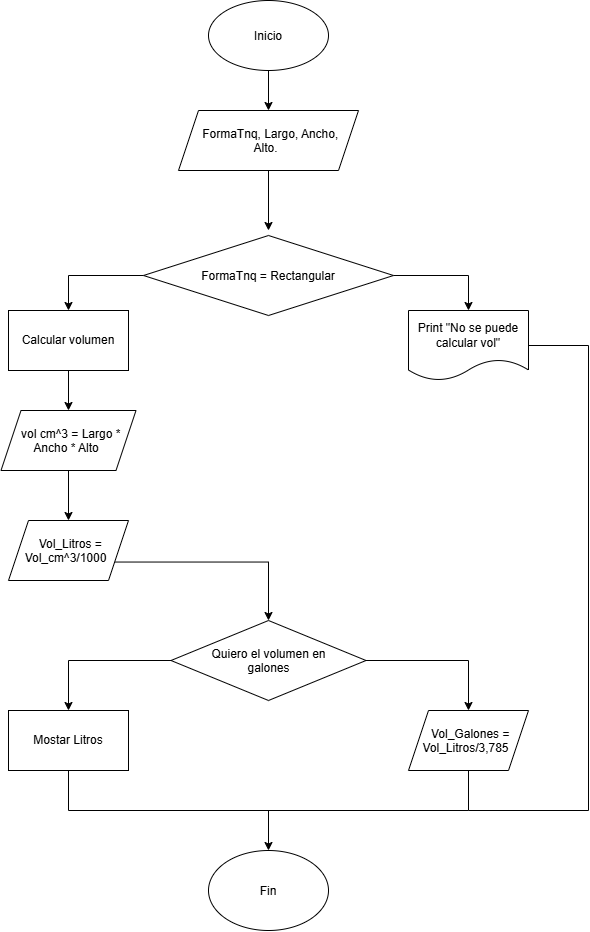
Gavsxgh/Unidad_2_Algoritmos keeps this draw.io diagram as Imagenes/Diagrama3.png. Above is the earlier version. Source tidied: cells renumbered, new cells last; positions are measured from the earlier drawing's top-left corner, leaving out a move shared by most shapes.
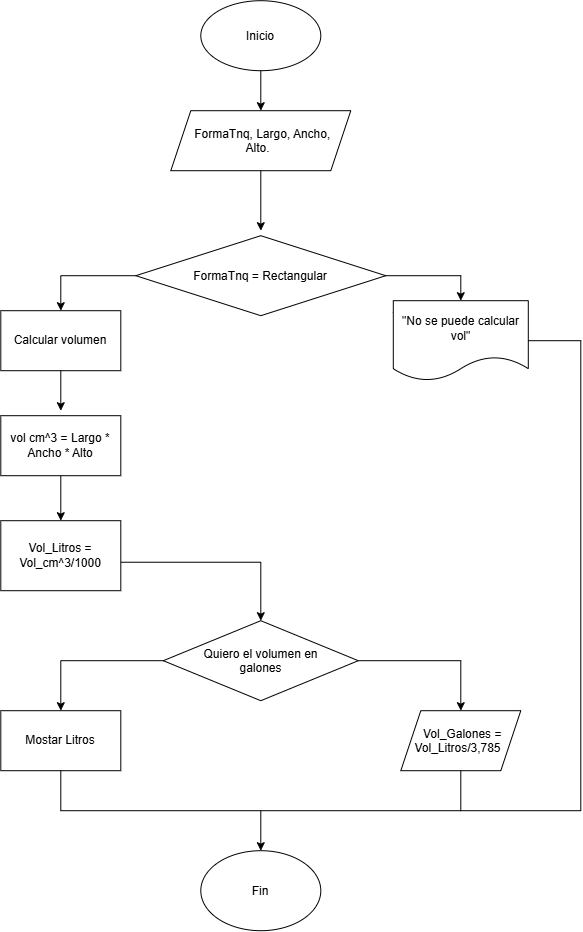
Above is the later version.

What changed in the source:
```diff
@@ -16,8 +16,8 @@
         <mxPoint x="268" y="230" as="targetPoint" />
       </mxGeometry>
     </mxCell>
-    <mxCell id="6" value="Print &quot;No se puede calcular vol&quot;" style="shape=document;whiteSpace=wrap;html=1;boundedLbl=1;" parent="1" vertex="1">
-      <mxGeometry x="408" y="310" width="120" height="70" as="geometry" />
+    <mxCell id="6" value="&quot;No se puede calcular vol&quot;" style="shape=document;whiteSpace=wrap;html=1;boundedLbl=1;" parent="1" vertex="1">
+      <mxGeometry x="400.5" y="300" width="135" height="80" as="geometry" />
     </mxCell>
     <mxCell id="7" value="Calcular volumen" style="rounded=0;whiteSpace=wrap;html=1;" parent="1" vertex="1">
       <mxGeometry x="8" y="310" width="120" height="60" as="geometry" />
@@ -39,20 +39,20 @@
         </Array>
       </mxGeometry>
     </mxCell>
-    <mxCell id="11" style="endArrow=classic;html=1;rounded=0;exitX=0.5;exitY=1;exitDx=0;exitDy=0;" parent="1" edge="1" source="7" target="12">
-      <mxGeometry relative="1" as="geometry" />
+    <mxCell id="11" style="endArrow=classic;html=1;rounded=0;exitX=0.5;exitY=1;exitDx=0;exitDy=0;" parent="1" edge="1" source="7">
+      <mxGeometry relative="1" as="geometry">
+        <mxPoint x="68" y="410" as="targetPoint" />
+      </mxGeometry>
     </mxCell>
-    <mxCell id="12" value="vol cm^3 = Largo * Ancho * Alto" style="shape=parallelogram;perimeter=parallelogramPerimeter;whiteSpace=wrap;html=1;shapeInside=1;fixedSize=1;" parent="1" vertex="1">
-      <mxGeometry x="0.5" y="410" width="135" height="60" as="geometry" />
-    </mxCell>
     <mxCell id="13" value="Fin&lt;div&gt;&lt;br/&gt;&lt;/div&gt;" style="ellipse;whiteSpace=wrap;html=1;shapeInside=1;" parent="1" vertex="1">
       <mxGeometry x="208" y="850" width="120" height="80" as="geometry" />
     </mxCell>
     <mxCell id="14" value="Quiero el volumen en galones" style="rhombus;whiteSpace=wrap;html=1;shapeInside=1;" parent="1" vertex="1">
       <mxGeometry x="170.5" y="620" width="195" height="80" as="geometry" />
     </mxCell>
-    <mxCell id="15" style="endArrow=classic;html=1;rounded=0;entryX=0.5;entryY=0;entryDx=0;entryDy=0;exitX=1;exitY=0.75;exitDx=0;exitDy=0;" parent="1" edge="1" source="18" target="14">
+    <mxCell id="15" style="endArrow=classic;html=1;rounded=0;entryX=0.5;entryY=0;entryDx=0;entryDy=0;exitX=1;exitY=0.75;exitDx=0;exitDy=0;" parent="1" edge="1" target="14">
       <mxGeometry relative="1" as="geometry">
+        <mxPoint x="114.2" y="561.5" as="sourcePoint" />
         <Array as="points">
           <mxPoint x="268" y="561.5" />
         </Array>
@@ -68,11 +68,11 @@
     <mxCell id="17" value="Mostar Litros" style="rounded=0;whiteSpace=wrap;html=1;" parent="1" vertex="1">
       <mxGeometry x="8" y="710" width="120" height="60" as="geometry" />
     </mxCell>
-    <mxCell id="18" value="Vol_Litros = Vol_cm^3/1000" style="shape=parallelogram;perimeter=parallelogramPerimeter;whiteSpace=wrap;html=1;shapeInside=1;fixedSize=1;" parent="1" vertex="1">
-      <mxGeometry x="8" y="520" width="120" height="60" as="geometry" />
-    </mxCell>
-    <mxCell id="19" style="endArrow=classic;html=1;rounded=0;exitX=0.5;exitY=1;exitDx=0;exitDy=0;" parent="1" edge="1" source="12" target="18">
-      <mxGeometry relative="1" as="geometry" />
+    <mxCell id="19" style="endArrow=classic;html=1;rounded=0;exitX=0.5;exitY=1;exitDx=0;exitDy=0;" parent="1" edge="1">
+      <mxGeometry relative="1" as="geometry">
+        <mxPoint x="68" y="470" as="sourcePoint" />
+        <mxPoint x="68" y="520" as="targetPoint" />
+      </mxGeometry>
     </mxCell>
     <mxCell id="20" style="endArrow=classic;html=1;rounded=0;exitX=1;exitY=0.5;exitDx=0;exitDy=0;" parent="1" edge="1" source="14">
       <mxGeometry relative="1" as="geometry">
@@ -89,7 +89,7 @@
       <mxGeometry relative="1" as="geometry">
         <mxPoint x="468" y="810" as="targetPoint" />
         <Array as="points">
-          <mxPoint x="588" y="345" />
+          <mxPoint x="588" y="340" />
           <mxPoint x="588" y="810" />
         </Array>
       </mxGeometry>
@@ -107,5 +107,11 @@
         </Array>
       </mxGeometry>
     </mxCell>
+    <mxCell id="12" value="&lt;div&gt;&lt;span style=&quot;background-color: transparent; color: light-dark(rgb(0, 0, 0), rgb(255, 255, 255));&quot;&gt;vol cm^3 = Largo * Ancho * Alto&lt;/span&gt;&lt;/div&gt;" style="rounded=0;whiteSpace=wrap;html=1;" parent="1" vertex="1">
+      <mxGeometry x="8" y="415" width="120" height="60" as="geometry" />
+    </mxCell>
+    <mxCell id="18" value="&lt;div&gt;&lt;span style=&quot;background-color: transparent; color: light-dark(rgb(0, 0, 0), rgb(255, 255, 255));&quot;&gt;Vol_Litros = Vol_cm^3/1000&lt;/span&gt;&lt;/div&gt;" style="rounded=0;whiteSpace=wrap;html=1;" parent="1" vertex="1">
+      <mxGeometry x="8" y="520" width="120" height="70" as="geometry" />
+    </mxCell>
   </root>
 </mxGraphModel>
```
